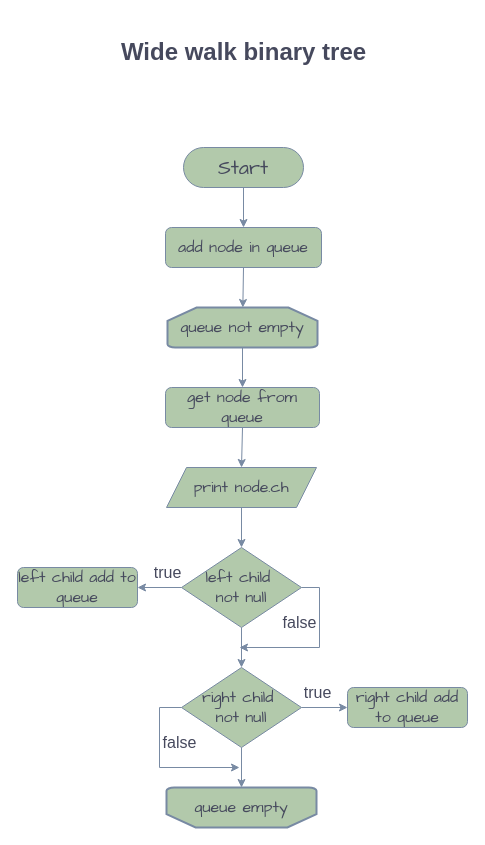
The draw.io diagram src/main/java/ch_02/wide_walk.drawio in SichniyAndriy/Avada_Task-8_Algorithms, before the edit. Source tidied: cells renumbered, new cells numbered last; positions are measured from the earlier drawing's top-left corner, leaving out a move shared by most shapes. Both pictures are drawn from the tidied source at 100%, with x=0, y=0 at pixel (17, 17).
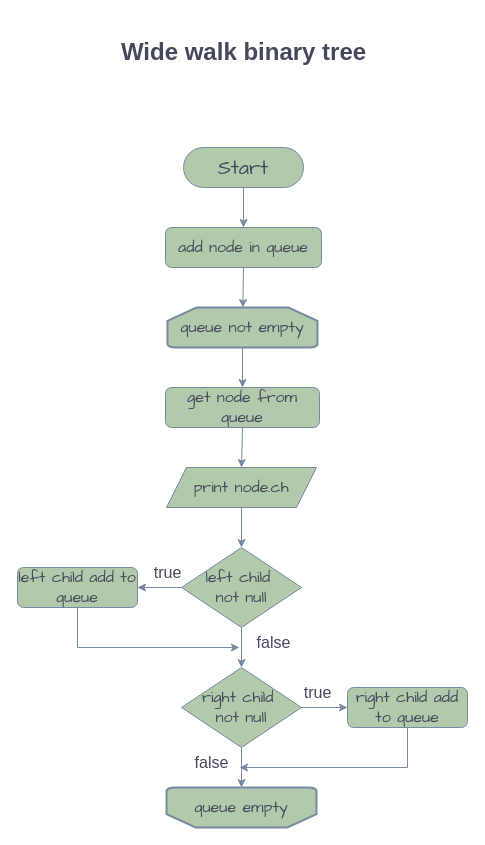
The same diagram, later.

Commit message (it also covers changes not shown here):
add wide walk diagram

The change refers to these unchanged cells:
```xml
<mxCell id="10" value="left child&amp;nbsp;&lt;div&gt;not null&lt;/div&gt;" style="rhombus;whiteSpace=wrap;html=1;strokeColor=#788AA3;fontColor=#46495D;fillColor=#B2C9AB;fontSize=16;fontFamily=Comic Sans MS;" parent="1" vertex="1">
  <mxGeometry x="164" y="530" width="120" height="80" as="geometry" />
</mxCell>
<mxCell id="11" value="left child add to queue" style="rounded=1;whiteSpace=wrap;html=1;strokeColor=#788AA3;fontColor=#46495D;fillColor=#B2C9AB;fontSize=16;fontFamily=Comic Sans MS;" parent="1" vertex="1">
  <mxGeometry y="550" width="120" height="40" as="geometry" />
</mxCell>
<mxCell id="12" value="right child&amp;nbsp;&lt;div&gt;not null&lt;/div&gt;" style="rhombus;whiteSpace=wrap;html=1;strokeColor=#788AA3;fontColor=#46495D;fillColor=#B2C9AB;fontSize=16;fontFamily=Comic Sans MS;" parent="1" vertex="1">
  <mxGeometry x="164" y="650" width="120" height="80" as="geometry" />
</mxCell>
<mxCell id="13" value="right child add to queue" style="rounded=1;whiteSpace=wrap;html=1;strokeColor=#788AA3;fontColor=#46495D;fillColor=#B2C9AB;fontSize=16;fontFamily=Comic Sans MS;" parent="1" vertex="1">
  <mxGeometry x="330" y="670" width="120" height="40" as="geometry" />
</mxCell>
```

Change to the diagram source:
```diff
@@
-    <mxCell id="24" style="endArrow=classic;html=1;rounded=0;strokeColor=#788AA3;fontColor=#46495D;fillColor=#B2C9AB;exitX=1;exitY=0.5;exitDx=0;exitDy=0;" parent="1" edge="1" source="10">
-      <mxGeometry relative="1" as="geometry">
-        <mxPoint x="222" y="630" as="targetPoint" />
-        <Array as="points">
-          <mxPoint x="302" y="570" />
-          <mxPoint x="302" y="630" />
-        </Array>
-      </mxGeometry>
-    </mxCell>
-    <mxCell id="25" style="endArrow=classic;html=1;rounded=0;strokeColor=#788AA3;fontColor=#46495D;fillColor=#B2C9AB;exitX=0;exitY=0.5;exitDx=0;exitDy=0;" parent="1" edge="1" source="12">
-      <mxGeometry relative="1" as="geometry">
-        <mxPoint x="222" y="750" as="targetPoint" />
-        <Array as="points">
-          <mxPoint x="142" y="690" />
-          <mxPoint x="142" y="750" />
-        </Array>
-      </mxGeometry>
-    </mxCell>
     <mxCell id="26" value="&lt;span style=&quot;font-size: 16px;&quot;&gt;f&lt;/span&gt;&lt;span style=&quot;font-size: 16px; background-color: initial;&quot;&gt;alse&lt;/span&gt;" style="text;html=1;align=center;verticalAlign=middle;strokeColor=none;fillColor=none;fontColor=#46495D;" parent="1" vertex="1">
-      <mxGeometry x="252" y="590" width="60" height="30" as="geometry" />
+      <mxGeometry x="226" y="610" width="60" height="30" as="geometry" />
     </mxCell>
     <mxCell id="27" value="&lt;span style=&quot;font-size: 16px;&quot;&gt;f&lt;/span&gt;&lt;span style=&quot;font-size: 16px; background-color: initial;&quot;&gt;alse&lt;/span&gt;" style="text;html=1;align=center;verticalAlign=middle;strokeColor=none;fillColor=none;fontColor=#46495D;" parent="1" vertex="1">
-      <mxGeometry x="132" y="710" width="60" height="30" as="geometry" />
+      <mxGeometry x="164" y="730" width="60" height="30" as="geometry" />
     </mxCell>
+    <mxCell id="28" style="endArrow=classic;html=1;rounded=0;strokeColor=#788AA3;fontColor=#46495D;fillColor=#B2C9AB;exitX=0.5;exitY=1;exitDx=0;exitDy=0;" parent="1" edge="1" source="13">
+      <mxGeometry relative="1" as="geometry">
+        <mxPoint x="222" y="750" as="targetPoint" />
+        <Array as="points">
+          <mxPoint x="390" y="750" />
+        </Array>
+      </mxGeometry>
+    </mxCell>
+    <mxCell id="29" style="endArrow=classic;html=1;rounded=0;strokeColor=#788AA3;fontColor=#46495D;fillColor=#B2C9AB;exitX=0.5;exitY=1;exitDx=0;exitDy=0;" parent="1" edge="1" source="11">
+      <mxGeometry relative="1" as="geometry">
+        <mxPoint x="222" y="630" as="targetPoint" />
+        <Array as="points">
+          <mxPoint x="60" y="630" />
+        </Array>
+      </mxGeometry>
+    </mxCell>
```
